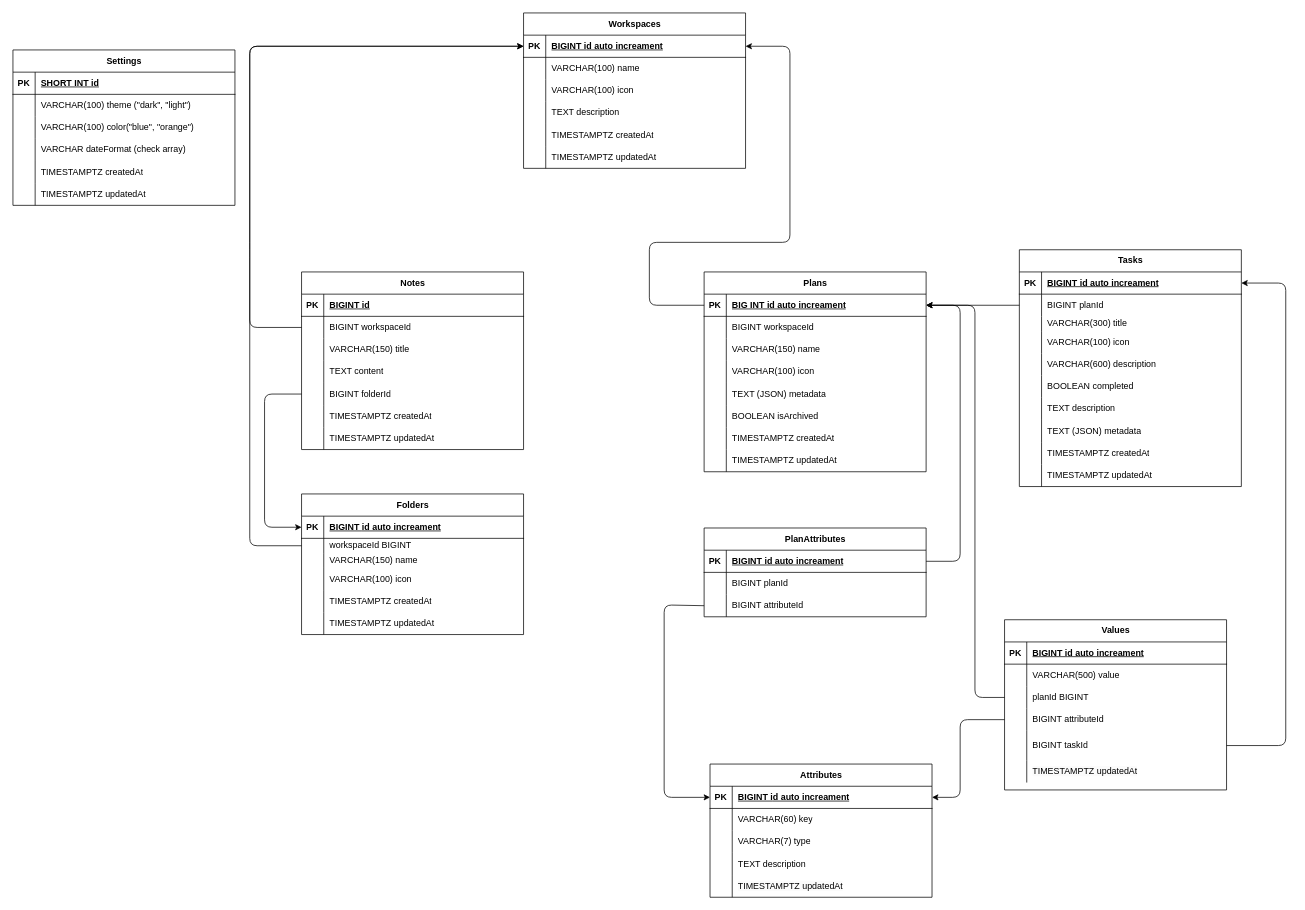
Before: ERD.drawio in osama78assi/tornado-planner, a draw.io diagram. Source tidied: cells renumbered, new cells numbered last; positions are measured from the earlier drawing's top-left corner, leaving out a move shared by most shapes. Both pictures are drawn from the tidied source at 74%, with x=0, y=0 at pixel (13, 13).
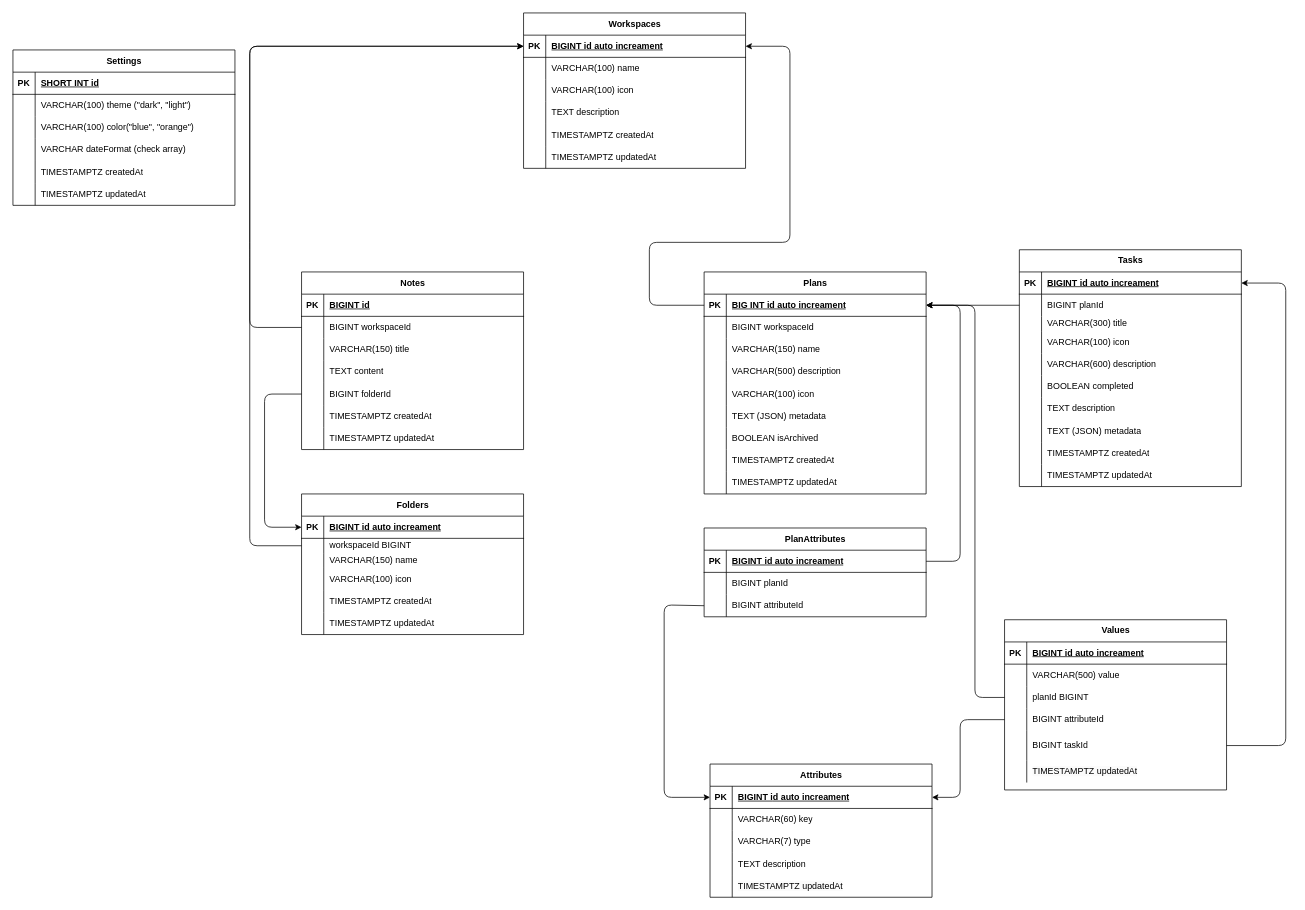
Above is the later version.

The edit, as a diff of the source:
```diff
@@
     <mxCell id="2" value="Plans" style="shape=table;startSize=30;childLayout=tableLayout;rowLines=0;fontStyle=1;align=center;html=1;" parent="1" vertex="1">
-      <mxGeometry x="934" y="350" width="300" height="270" as="geometry" />
+      <mxGeometry x="934" y="350" width="300" height="300" as="geometry" />
     </mxCell>
@@
+    <mxCell id="193" style="shape=tableRow;horizontal=0;startSize=0;swimlaneHead=0;swimlaneBody=0;fillColor=none;top=0;left=0;right=0;bottom=0;" parent="2" vertex="1">
+      <mxGeometry y="120" width="300" height="30" as="geometry" />
+    </mxCell>
+    <mxCell id="194" style="shape=partialRectangle;fillColor=none;top=0;left=0;bottom=0;right=0;overflow=hidden;whiteSpace=wrap;html=1;" parent="193" vertex="1">
+      <mxGeometry width="30" height="30" as="geometry" />
+    </mxCell>
+    <mxCell id="195" value="VARCHAR(500) description" style="shape=partialRectangle;fillColor=none;top=0;left=0;bottom=0;right=0;align=left;spacingLeft=6;overflow=hidden;whiteSpace=wrap;html=1;" parent="193" vertex="1">
+      <mxGeometry x="30" width="270" height="30" as="geometry" />
+    </mxCell>
     <mxCell id="12" style="shape=tableRow;horizontal=0;startSize=0;swimlaneHead=0;swimlaneBody=0;fillColor=none;top=0;left=0;right=0;bottom=0;" parent="2" vertex="1">
-      <mxGeometry y="120" width="300" height="30" as="geometry" />
+      <mxGeometry y="150" width="300" height="30" as="geometry" />
     </mxCell>
@@
     <mxCell id="15" style="shape=tableRow;horizontal=0;startSize=0;swimlaneHead=0;swimlaneBody=0;fillColor=none;top=0;left=0;right=0;bottom=0;" parent="2" vertex="1">
-      <mxGeometry y="150" width="300" height="30" as="geometry" />
+      <mxGeometry y="180" width="300" height="30" as="geometry" />
     </mxCell>
@@
     <mxCell id="18" style="shape=tableRow;horizontal=0;startSize=0;swimlaneHead=0;swimlaneBody=0;fillColor=none;top=0;left=0;right=0;bottom=0;" parent="2" vertex="1">
-      <mxGeometry y="180" width="300" height="30" as="geometry" />
+      <mxGeometry y="210" width="300" height="30" as="geometry" />
     </mxCell>
@@
     <mxCell id="21" style="shape=tableRow;horizontal=0;startSize=0;swimlaneHead=0;swimlaneBody=0;fillColor=none;top=0;left=0;right=0;bottom=0;" parent="2" vertex="1">
-      <mxGeometry y="210" width="300" height="30" as="geometry" />
+      <mxGeometry y="240" width="300" height="30" as="geometry" />
     </mxCell>
@@
     <mxCell id="24" style="shape=tableRow;horizontal=0;startSize=0;swimlaneHead=0;swimlaneBody=0;fillColor=none;top=0;left=0;right=0;bottom=0;" parent="2" vertex="1">
-      <mxGeometry y="240" width="300" height="30" as="geometry" />
+      <mxGeometry y="270" width="300" height="30" as="geometry" />
     </mxCell>
```
